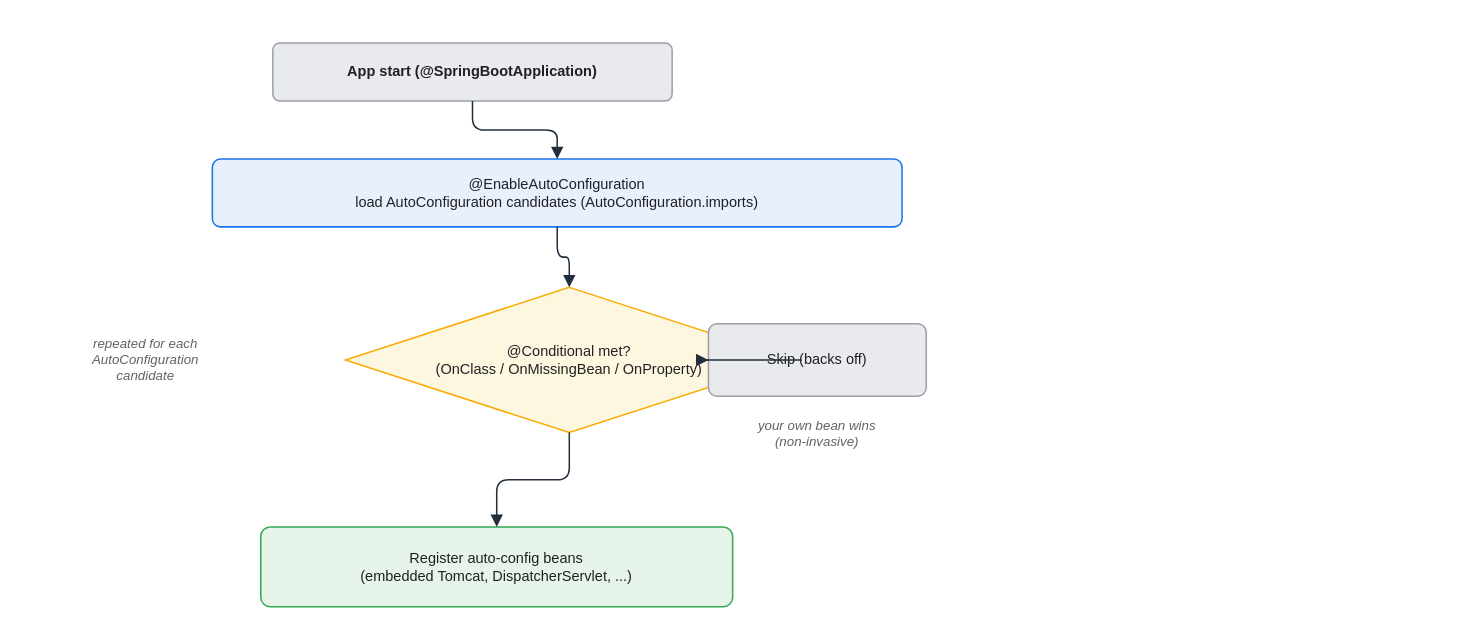
Above: assets/img/spring/spring-07-autoconfiguration-flow.drawio in KKamJi98/kkamji98.github.io (draw.io), before the change. Source tidied: cells renumbered, new cells numbered last; positions are measured from the earlier drawing's top-left corner, leaving out a move shared by most shapes. Both pictures are drawn from the tidied source at 121%, with x=0, y=0 at pixel (54, 42).
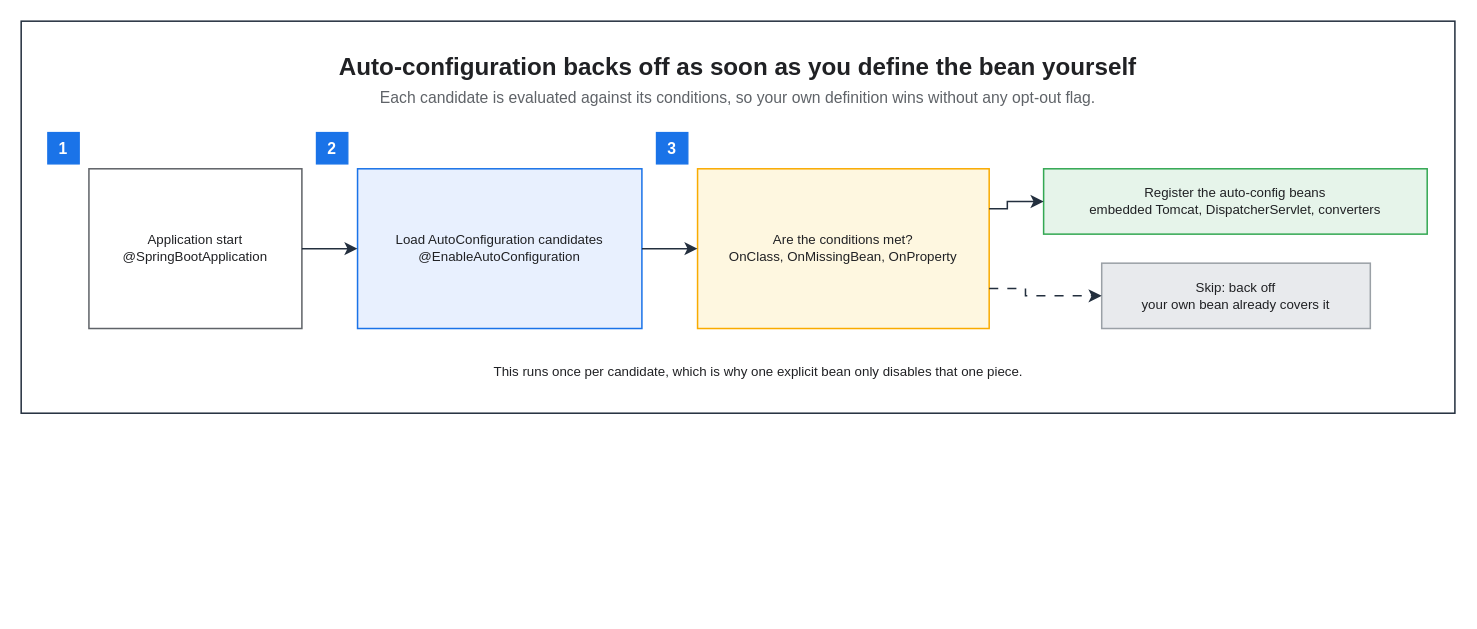
The same diagram, later.

Change to the diagram source:
```diff
@@
+    <mxCell id="13" style="rounded=0;html=0;fillColor=none;strokeColor=#232F3E;fontColor=#202124;strokeWidth=1.25;" parent="1" vertex="1">
+      <mxGeometry x="-28" y="-18" width="1184.9" height="324" as="geometry" />
+    </mxCell>
+    <mxCell id="14" value="Auto-configuration backs off as soon as you define the bean yourself" style="text;html=0;whiteSpace=wrap;fillColor=none;strokeColor=none;fontColor=#202124;fontSize=20;fontStyle=1;align=center;verticalAlign=middle;" parent="1" vertex="1">
+      <mxGeometry x="-6" y="4" width="1140.9" height="30" as="geometry" />
+    </mxCell>
+    <mxCell id="15" value="Each candidate is evaluated against its conditions, so your own definition wins without any opt-out flag." style="text;html=0;whiteSpace=wrap;fillColor=none;strokeColor=none;fontColor=#5F6368;fontSize=13;fontStyle=0;align=center;verticalAlign=middle;" parent="1" vertex="1">
+      <mxGeometry x="-6" y="34" width="1140.9" height="22" as="geometry" />
+    </mxCell>
-    <mxCell id="2" value="App start (@SpringBootApplication)" style="rounded=1;whiteSpace=wrap;html=0;arcSize=12;shadow=0;fillColor=#E8EAED;strokeColor=#9AA0A6;fontColor=#202124;fontStyle=1;strokeWidth=1.25;" parent="1" vertex="1">
-      <mxGeometry x="180" width="330" height="48" as="geometry" />
+    <mxCell id="2" value="Application start&#10;@SpringBootApplication" style="rounded=0;whiteSpace=wrap;html=0;fillColor=#FFFFFF;strokeColor=#5F6368;fontColor=#202124;fontSize=11;fontStyle=0;align=center;verticalAlign=middle;spacingLeft=6;spacingRight=6;strokeWidth=1.25;" parent="1" vertex="1">
+      <mxGeometry x="28" y="104" width="176" height="132" as="geometry" />
     </mxCell>
-    <mxCell id="3" value="@EnableAutoConfiguration&#10;load AutoConfiguration candidates (AutoConfiguration.imports)" style="rounded=1;whiteSpace=wrap;html=0;arcSize=12;shadow=0;fillColor=#E8F0FE;strokeColor=#1A73E8;fontColor=#202124;strokeWidth=1.25;" parent="1" vertex="1">
-      <mxGeometry x="130" y="96" width="570" height="56" as="geometry" />
+    <mxCell id="3" value="Load AutoConfiguration candidates&#10;@EnableAutoConfiguration" style="rounded=0;whiteSpace=wrap;html=0;fillColor=#E8F0FE;strokeColor=#1A73E8;fontColor=#202124;fontSize=11;fontStyle=0;align=center;verticalAlign=middle;spacingLeft=6;spacingRight=6;strokeWidth=1.25;" parent="1" vertex="1">
+      <mxGeometry x="250" y="104" width="235" height="132" as="geometry" />
     </mxCell>
-    <mxCell id="4" value="@Conditional met?&#10;(OnClass / OnMissingBean / OnProperty)" style="rhombus;whiteSpace=wrap;html=0;shadow=0;fillColor=#FEF7E0;strokeColor=#F9AB00;fontColor=#202124;strokeWidth=1.25;" parent="1" vertex="1">
-      <mxGeometry x="240" y="202" width="370" height="120" as="geometry" />
+    <mxCell id="4" value="Are the conditions met?&#10;OnClass, OnMissingBean, OnProperty" style="rounded=0;whiteSpace=wrap;html=0;fillColor=#FEF7E0;strokeColor=#F9AB00;fontColor=#202124;fontSize=11;fontStyle=0;align=center;verticalAlign=middle;spacingLeft=6;spacingRight=6;strokeWidth=1.25;" parent="1" vertex="1">
+      <mxGeometry x="531" y="104" width="241" height="132" as="geometry" />
     </mxCell>
-    <mxCell id="5" value="Register auto-config beans&#10;(embedded Tomcat, DispatcherServlet, ...)" style="rounded=1;whiteSpace=wrap;html=0;arcSize=12;shadow=0;fillColor=#E6F4EA;strokeColor=#34A853;fontColor=#202124;strokeWidth=1.25;" parent="1" vertex="1">
-      <mxGeometry x="170" y="400" width="390" height="66" as="geometry" />
+    <mxCell id="5" value="Register the auto-config beans&#10;embedded Tomcat, DispatcherServlet, converters" style="rounded=0;whiteSpace=wrap;html=0;fillColor=#E6F4EA;strokeColor=#34A853;fontColor=#202124;fontSize=11;fontStyle=0;align=center;verticalAlign=middle;spacingLeft=6;spacingRight=6;strokeWidth=1.25;" parent="1" vertex="1">
+      <mxGeometry x="817" y="104" width="317" height="54" as="geometry" />
     </mxCell>
-    <mxCell id="6" value="Skip (backs off)" style="rounded=1;whiteSpace=wrap;html=0;arcSize=12;shadow=0;fillColor=#E8EAED;strokeColor=#9AA0A6;fontColor=#202124;strokeWidth=1.25;" parent="1" vertex="1">
-      <mxGeometry x="540" y="232" width="180" height="60" as="geometry" />
+    <mxCell id="6" value="Skip: back off&#10;your own bean already covers it" style="rounded=0;whiteSpace=wrap;html=0;fillColor=#E8EAED;strokeColor=#9AA0A6;fontColor=#202124;fontSize=11;fontStyle=0;align=center;verticalAlign=middle;spacingLeft=6;spacingRight=6;strokeWidth=1.25;" parent="1" vertex="1">
+      <mxGeometry x="865" y="182" width="222" height="54" as="geometry" />
     </mxCell>
-    <mxCell id="7" value="repeated for each&#10;AutoConfiguration&#10;candidate" style="text;html=0;align=center;verticalAlign=middle;whiteSpace=wrap;fontSize=11;fontColor=#5F6368;fontStyle=2;" parent="1" vertex="1">
-      <mxGeometry y="232" width="150" height="60" as="geometry" />
+    <mxCell id="7" value="This runs once per candidate, which is why one explicit bean only disables that one piece." style="text;html=0;whiteSpace=wrap;fillColor=none;strokeColor=none;fontColor=#202124;fontSize=11;fontStyle=0;align=center;verticalAlign=middle;" parent="1" vertex="1">
+      <mxGeometry x="28" y="260" width="1107" height="24" as="geometry" />
     </mxCell>
-    <mxCell id="8" value="your own bean wins&#10;(non-invasive)" style="text;html=0;align=center;verticalAlign=middle;whiteSpace=wrap;fontSize=11;fontColor=#5F6368;fontStyle=2;" parent="1" vertex="1">
-      <mxGeometry x="540" y="300" width="180" height="45" as="geometry" />
-    </mxCell>
+    <mxCell id="16" value="1" style="rounded=0;whiteSpace=wrap;html=0;fillColor=#1A73E8;strokeColor=#1A73E8;fontColor=#FFFFFF;fontSize=13;fontStyle=1;align=center;verticalAlign=middle;" parent="1" vertex="1">
+      <mxGeometry x="-6" y="74" width="26" height="26" as="geometry" />
+    </mxCell>
+    <mxCell id="17" value="2" style="rounded=0;whiteSpace=wrap;html=0;fillColor=#1A73E8;strokeColor=#1A73E8;fontColor=#FFFFFF;fontSize=13;fontStyle=1;align=center;verticalAlign=middle;" parent="1" vertex="1">
+      <mxGeometry x="216" y="74" width="26" height="26" as="geometry" />
+    </mxCell>
+    <mxCell id="18" value="3" style="rounded=0;whiteSpace=wrap;html=0;fillColor=#1A73E8;strokeColor=#1A73E8;fontColor=#FFFFFF;fontSize=13;fontStyle=1;align=center;verticalAlign=middle;" parent="1" vertex="1">
+      <mxGeometry x="497" y="74" width="26" height="26" as="geometry" />
+    </mxCell>
-    <mxCell id="9" style="edgeStyle=orthogonalEdgeStyle;rounded=1;html=0;strokeColor=#232F3E;fontColor=#202124;labelBackgroundColor=none;endArrow=block;exitX=0.5;exitY=1;exitDx=0;exitDy=0;entryX=0.5;entryY=0;entryDx=0;entryDy=0;strokeWidth=1.25;endSize=7;" parent="1" edge="1" source="2" target="3">
+    <mxCell id="9" style="edgeStyle=orthogonalEdgeStyle;rounded=0;html=0;strokeColor=#232F3E;strokeWidth=1.25;endArrow=classic;endFill=1;endSize=7;fontSize=11;fontColor=#202124;labelBackgroundColor=none;jettySize=14;exitX=1;exitY=0.5;entryX=0;entryY=0.5;exitDx=0;exitDy=0;entryDx=0;entryDy=0;" parent="1" edge="1" source="2" target="3">
       <mxGeometry relative="1" as="geometry" />
     </mxCell>
-    <mxCell id="10" style="edgeStyle=orthogonalEdgeStyle;rounded=1;html=0;strokeColor=#232F3E;fontColor=#202124;labelBackgroundColor=none;endArrow=block;exitX=0.5;exitY=1;exitDx=0;exitDy=0;entryX=0.5;entryY=0;entryDx=0;entryDy=0;strokeWidth=1.25;endSize=7;" parent="1" edge="1" source="3" target="4">
+    <mxCell id="10" style="edgeStyle=orthogonalEdgeStyle;rounded=0;html=0;strokeColor=#232F3E;strokeWidth=1.25;endArrow=classic;endFill=1;endSize=7;fontSize=11;fontColor=#202124;labelBackgroundColor=none;jettySize=14;exitX=1;exitY=0.5;entryX=0;entryY=0.5;exitDx=0;exitDy=0;entryDx=0;entryDy=0;" parent="1" edge="1" source="3" target="4">
       <mxGeometry relative="1" as="geometry" />
     </mxCell>
-    <mxCell id="11" style="edgeStyle=orthogonalEdgeStyle;rounded=1;html=0;fontColor=#202124;strokeColor=#232F3E;labelBackgroundColor=none;endArrow=block;exitX=0.5;exitY=1;exitDx=0;exitDy=0;entryX=0.5;entryY=0;entryDx=0;entryDy=0;strokeWidth=1.25;endSize=7;" parent="1" edge="1" source="4" target="5">
-      <mxGeometry relative="1" as="geometry" />
+    <mxCell id="11" style="edgeStyle=orthogonalEdgeStyle;rounded=0;html=0;strokeColor=#232F3E;strokeWidth=1.25;endArrow=classic;endFill=1;endSize=7;fontSize=11;fontColor=#202124;labelBackgroundColor=none;jettySize=14;exitX=1;exitY=0.25;entryX=0;entryY=0.5;exitDx=0;exitDy=0;entryDx=0;entryDy=0;" parent="1" edge="1" source="4" target="5">
+      <mxGeometry relative="1" as="geometry">
+        <Array as="points">
+          <mxPoint x="787" y="137" />
+          <mxPoint x="787" y="131" />
+        </Array>
+      </mxGeometry>
     </mxCell>
-    <mxCell id="12" style="edgeStyle=orthogonalEdgeStyle;rounded=1;html=0;fontColor=#202124;strokeColor=#232F3E;labelBackgroundColor=none;endArrow=block;exitX=1;exitY=0.5;exitDx=0;exitDy=0;entryX=0;entryY=0.5;entryDx=0;entryDy=0;strokeWidth=1.25;endSize=7;" parent="1" edge="1" source="4" target="6">
-      <mxGeometry relative="1" as="geometry" />
+    <mxCell id="12" style="edgeStyle=orthogonalEdgeStyle;rounded=0;html=0;strokeColor=#232F3E;strokeWidth=1.25;endArrow=classic;endFill=1;endSize=7;fontSize=11;fontColor=#202124;labelBackgroundColor=none;jettySize=14;dashed=1;dashPattern=6 6;exitX=1;exitY=0.75;entryX=0;entryY=0.5;exitDx=0;exitDy=0;entryDx=0;entryDy=0;" parent="1" edge="1" source="4" target="6">
+      <mxGeometry relative="1" as="geometry">
+        <Array as="points">
+          <mxPoint x="802" y="203" />
+          <mxPoint x="802" y="209" />
+        </Array>
+      </mxGeometry>
     </mxCell>
```
